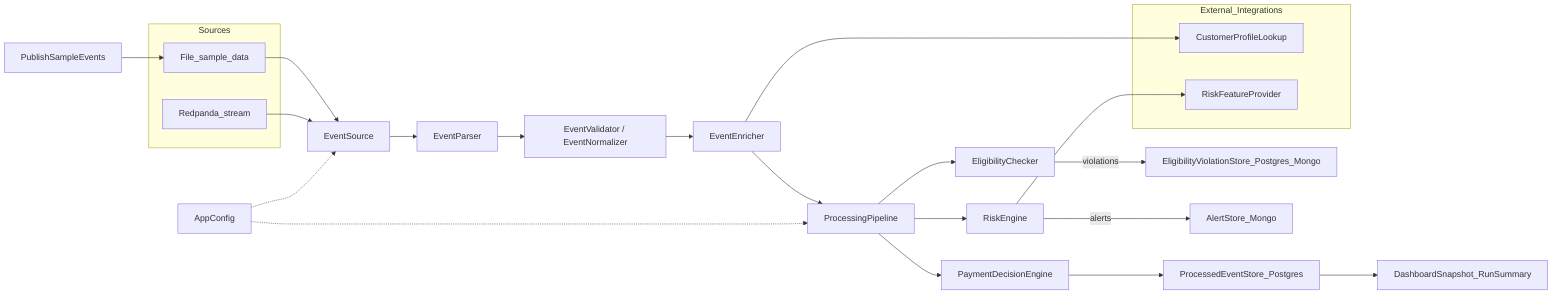
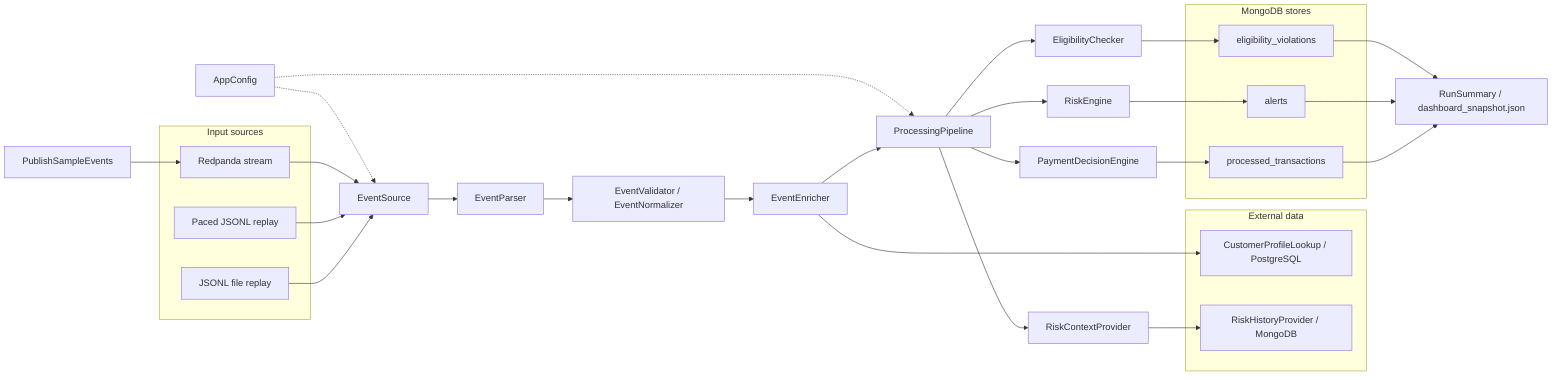
flowchart LR
-   subgraph Sources[Sources]
-     file[File_sample_data]
-     redpanda[Redpanda_stream]
+   subgraph Sources[Input sources]
+     file[JSONL file replay]
+     paced[Paced JSONL replay]
+     redpanda[Redpanda stream]
  end

  file --> ES[EventSource]
+   paced --> ES
  redpanda --> ES

  ES --> Parser[EventParser]
  Parser --> Validator[EventValidator / EventNormalizer]
  Validator --> Enricher[EventEnricher]
  Enricher --> Pipeline[ProcessingPipeline]

+   subgraph Lookups[External data]
+     profiles[CustomerProfileLookup / PostgreSQL]
+     history[RiskHistoryProvider / MongoDB]
+   end
+ 
+   Enricher --> profiles
+   Pipeline --> RiskContext[RiskContextProvider]
+   RiskContext --> history
+ 
  Pipeline --> Eligibility[EligibilityChecker]
  Pipeline --> Risk[RiskEngine]
  Pipeline --> Decision[PaymentDecisionEngine]

-   Eligibility -->|violations| EligibilityStore[EligibilityViolationStore_Postgres_Mongo]
-   Risk -->|alerts| AlertStore[AlertStore_Mongo]
-   Decision --> ProcessedStore[ProcessedEventStore_Postgres]
- 
-   ProcessedStore --> Reporting[DashboardSnapshot_RunSummary]
- 
-   subgraph Integrations[External_Integrations]
-     ProfileLookup[CustomerProfileLookup]
-     FeatureProvider[RiskFeatureProvider]
+   subgraph Mongo[MongoDB stores]
+     processed[processed_transactions]
+     violations[eligibility_violations]
+     alerts[alerts]
  end

-   Enricher --> ProfileLookup
-   Risk --> FeatureProvider
+   Decision --> processed
+   Eligibility --> violations
+   Risk --> alerts

-   Tools[PublishSampleEvents] --> file
+   processed --> Reporting[RunSummary / dashboard_snapshot.json]
+   alerts --> Reporting
+   violations --> Reporting
+ 
+   Publisher[PublishSampleEvents] --> redpanda
  Config[AppConfig] -.-> ES
-   Config -.-> Pipeline+   Config -.-> Pipeline
